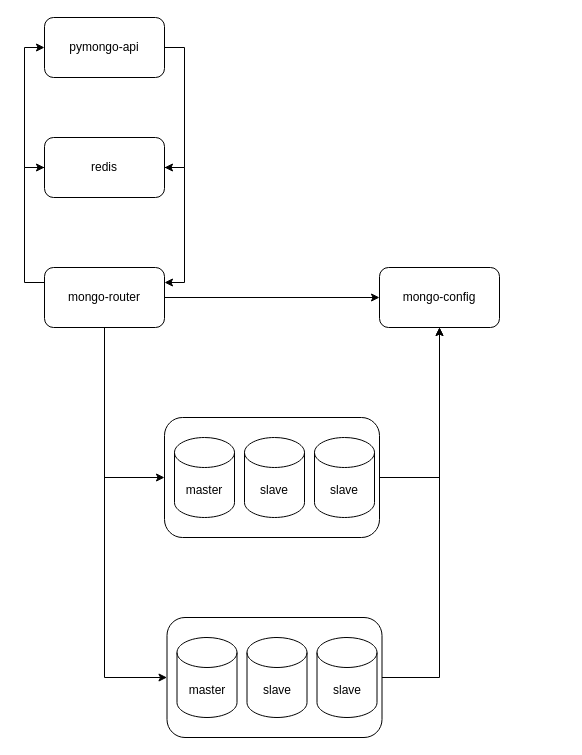
This is diagrams/sharding-repl-cache.drawio from LeontevVS/architecture-black_friday, a draw.io file, before an edit. Source tidied: cells renumbered, new cells numbered last; positions are measured from the earlier drawing's top-left corner, leaving out a move shared by most shapes. Both pictures are drawn from the tidied source at 100%, with x=0, y=0 at pixel (44, 17).
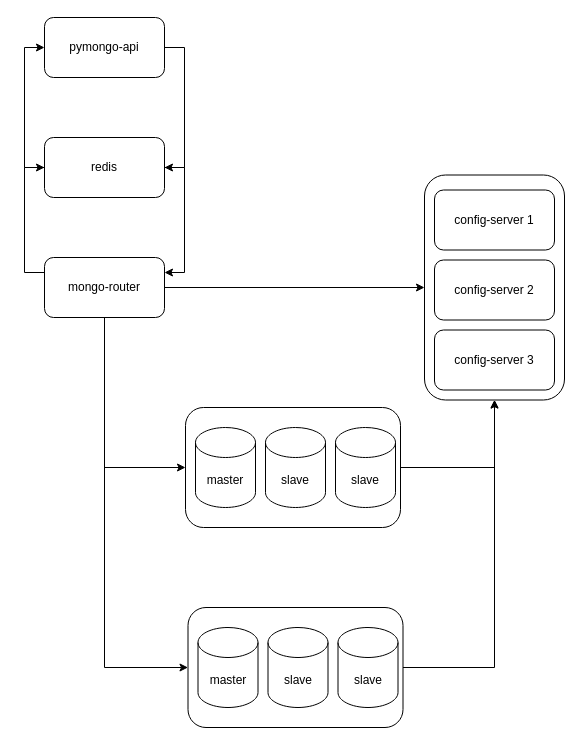
The same diagram, later.

Commit message (it also covers changes not shown here):
added_config_server_replica

The edit, as a diff of the source:
```diff
@@
-    <mxCell id="4" style="edgeStyle=orthogonalEdgeStyle;rounded=0;jettySize=auto;html=1;exitX=1;exitY=0.5;exitDx=0;exitDy=0;entryX=0;entryY=0.5;entryDx=0;entryDy=0;" parent="1" edge="1" source="8" target="9">
-      <mxGeometry relative="1" as="geometry" />
-    </mxCell>
-    <mxCell id="5" style="edgeStyle=orthogonalEdgeStyle;rounded=0;jettySize=auto;html=1;exitX=0.5;exitY=1;exitDx=0;exitDy=0;entryX=0;entryY=0.5;entryDx=0;entryDy=0;" parent="1" edge="1" source="8" target="11">
-      <mxGeometry relative="1" as="geometry" />
-    </mxCell>
-    <mxCell id="6" style="edgeStyle=orthogonalEdgeStyle;rounded=0;jettySize=auto;html=1;exitX=0.5;exitY=1;exitDx=0;exitDy=0;entryX=0;entryY=0.5;entryDx=0;entryDy=0;" parent="1" edge="1" source="8" target="16">
-      <mxGeometry relative="1" as="geometry" />
-    </mxCell>
+    <mxCell id="23" style="edgeStyle=orthogonalEdgeStyle;rounded=0;jettySize=auto;html=1;exitX=1;exitY=0.5;exitDx=0;exitDy=0;entryX=0;entryY=0.5;entryDx=0;entryDy=0;" parent="1" edge="1" source="8" target="36">
+      <mxGeometry x="-0.4" relative="1" as="geometry" />
+    </mxCell>
+    <mxCell id="24" style="edgeStyle=orthogonalEdgeStyle;rounded=0;jettySize=auto;html=1;exitX=0.5;exitY=1;exitDx=0;exitDy=0;entryX=0;entryY=0.5;entryDx=0;entryDy=0;" parent="1" edge="1" source="8" target="27">
+      <mxGeometry relative="1" as="geometry" />
+    </mxCell>
+    <mxCell id="25" style="edgeStyle=orthogonalEdgeStyle;rounded=0;jettySize=auto;html=1;exitX=0.5;exitY=1;exitDx=0;exitDy=0;entryX=0;entryY=0.5;entryDx=0;entryDy=0;" parent="1" edge="1" source="8" target="32">
+      <mxGeometry relative="1" as="geometry" />
+    </mxCell>
@@
     <mxCell id="8" value="mongo-router" style="rounded=1;whiteSpace=wrap;html=1;" parent="1" vertex="1">
-      <mxGeometry y="250" width="120" height="60" as="geometry" />
+      <mxGeometry y="240" width="120" height="60" as="geometry" />
     </mxCell>
-    <mxCell id="9" value="mongo-config" style="rounded=1;whiteSpace=wrap;html=1;" parent="1" vertex="1">
-      <mxGeometry x="335" y="250" width="120" height="60" as="geometry" />
-    </mxCell>
-    <mxCell id="10" style="edgeStyle=orthogonalEdgeStyle;rounded=0;jettySize=auto;html=1;exitX=1;exitY=0.5;exitDx=0;exitDy=0;" parent="1" edge="1" source="11" target="9">
-      <mxGeometry relative="1" as="geometry" />
-    </mxCell>
-    <mxCell id="11" style="rounded=1;whiteSpace=wrap;html=1;" parent="1" vertex="1">
-      <mxGeometry x="120" y="400" width="215" height="120" as="geometry" />
-    </mxCell>
-    <mxCell id="12" value="master" style="shape=cylinder3;whiteSpace=wrap;html=1;boundedLbl=1;backgroundOutline=1;size=15;" parent="1" vertex="1">
-      <mxGeometry x="130" y="420" width="60" height="80" as="geometry" />
-    </mxCell>
-    <mxCell id="13" value="slave" style="shape=cylinder3;whiteSpace=wrap;html=1;boundedLbl=1;backgroundOutline=1;size=15;" parent="1" vertex="1">
-      <mxGeometry x="200" y="420" width="60" height="80" as="geometry" />
-    </mxCell>
-    <mxCell id="14" value="slave" style="shape=cylinder3;whiteSpace=wrap;html=1;boundedLbl=1;backgroundOutline=1;size=15;" parent="1" vertex="1">
-      <mxGeometry x="270" y="420" width="60" height="80" as="geometry" />
-    </mxCell>
-    <mxCell id="15" style="edgeStyle=orthogonalEdgeStyle;rounded=0;jettySize=auto;html=1;exitX=1;exitY=0.5;exitDx=0;exitDy=0;entryX=0.5;entryY=1;entryDx=0;entryDy=0;" parent="1" edge="1" source="16" target="9">
-      <mxGeometry relative="1" as="geometry" />
-    </mxCell>
-    <mxCell id="16" style="rounded=1;whiteSpace=wrap;html=1;" parent="1" vertex="1">
-      <mxGeometry x="122.5" y="600" width="215" height="120" as="geometry" />
-    </mxCell>
-    <mxCell id="17" value="master" style="shape=cylinder3;whiteSpace=wrap;html=1;boundedLbl=1;backgroundOutline=1;size=15;" parent="1" vertex="1">
-      <mxGeometry x="132.5" y="620" width="60" height="80" as="geometry" />
-    </mxCell>
-    <mxCell id="18" value="slave" style="shape=cylinder3;whiteSpace=wrap;html=1;boundedLbl=1;backgroundOutline=1;size=15;" parent="1" vertex="1">
-      <mxGeometry x="202.5" y="620" width="60" height="80" as="geometry" />
-    </mxCell>
-    <mxCell id="19" value="slave" style="shape=cylinder3;whiteSpace=wrap;html=1;boundedLbl=1;backgroundOutline=1;size=15;" parent="1" vertex="1">
-      <mxGeometry x="272.5" y="620" width="60" height="80" as="geometry" />
-    </mxCell>
+    <mxCell id="26" style="edgeStyle=orthogonalEdgeStyle;rounded=0;jettySize=auto;html=1;exitX=1;exitY=0.5;exitDx=0;exitDy=0;entryX=0.5;entryY=1;entryDx=0;entryDy=0;" parent="1" edge="1" source="27" target="36">
+      <mxGeometry relative="1" as="geometry" />
+    </mxCell>
+    <mxCell id="27" style="rounded=1;whiteSpace=wrap;html=1;" parent="1" vertex="1">
+      <mxGeometry x="141" y="390" width="215" height="120" as="geometry" />
+    </mxCell>
+    <mxCell id="28" value="master" style="shape=cylinder3;whiteSpace=wrap;html=1;boundedLbl=1;backgroundOutline=1;size=15;" parent="1" vertex="1">
+      <mxGeometry x="151" y="410" width="60" height="80" as="geometry" />
+    </mxCell>
+    <mxCell id="29" value="slave" style="shape=cylinder3;whiteSpace=wrap;html=1;boundedLbl=1;backgroundOutline=1;size=15;" parent="1" vertex="1">
+      <mxGeometry x="221" y="410" width="60" height="80" as="geometry" />
+    </mxCell>
+    <mxCell id="30" value="slave" style="shape=cylinder3;whiteSpace=wrap;html=1;boundedLbl=1;backgroundOutline=1;size=15;" parent="1" vertex="1">
+      <mxGeometry x="291" y="410" width="60" height="80" as="geometry" />
+    </mxCell>
+    <mxCell id="31" style="edgeStyle=orthogonalEdgeStyle;rounded=0;jettySize=auto;html=1;exitX=1;exitY=0.5;exitDx=0;exitDy=0;entryX=0.5;entryY=1;entryDx=0;entryDy=0;" parent="1" edge="1" source="32" target="36">
+      <mxGeometry relative="1" as="geometry" />
+    </mxCell>
+    <mxCell id="32" style="rounded=1;whiteSpace=wrap;html=1;" parent="1" vertex="1">
+      <mxGeometry x="143.5" y="590" width="215" height="120" as="geometry" />
+    </mxCell>
+    <mxCell id="33" value="master" style="shape=cylinder3;whiteSpace=wrap;html=1;boundedLbl=1;backgroundOutline=1;size=15;" parent="1" vertex="1">
+      <mxGeometry x="153.5" y="610" width="60" height="80" as="geometry" />
+    </mxCell>
+    <mxCell id="34" value="slave" style="shape=cylinder3;whiteSpace=wrap;html=1;boundedLbl=1;backgroundOutline=1;size=15;" parent="1" vertex="1">
+      <mxGeometry x="223.5" y="610" width="60" height="80" as="geometry" />
+    </mxCell>
+    <mxCell id="35" value="slave" style="shape=cylinder3;whiteSpace=wrap;html=1;boundedLbl=1;backgroundOutline=1;size=15;" parent="1" vertex="1">
+      <mxGeometry x="293.5" y="610" width="60" height="80" as="geometry" />
+    </mxCell>
+    <mxCell id="36" style="rounded=1;whiteSpace=wrap;html=1;" parent="1" vertex="1">
+      <mxGeometry x="380" y="157.5" width="140" height="225" as="geometry" />
+    </mxCell>
+    <mxCell id="37" value="config-server 2" style="rounded=1;whiteSpace=wrap;html=1;" parent="1" vertex="1">
+      <mxGeometry x="390" y="242.5" width="120" height="60" as="geometry" />
+    </mxCell>
+    <mxCell id="38" value="config-server 3" style="rounded=1;whiteSpace=wrap;html=1;" parent="1" vertex="1">
+      <mxGeometry x="390" y="312.5" width="120" height="60" as="geometry" />
+    </mxCell>
+    <mxCell id="39" value="config-server 1" style="rounded=1;whiteSpace=wrap;html=1;" parent="1" vertex="1">
+      <mxGeometry x="390" y="172.5" width="120" height="60" as="geometry" />
+    </mxCell>
```
